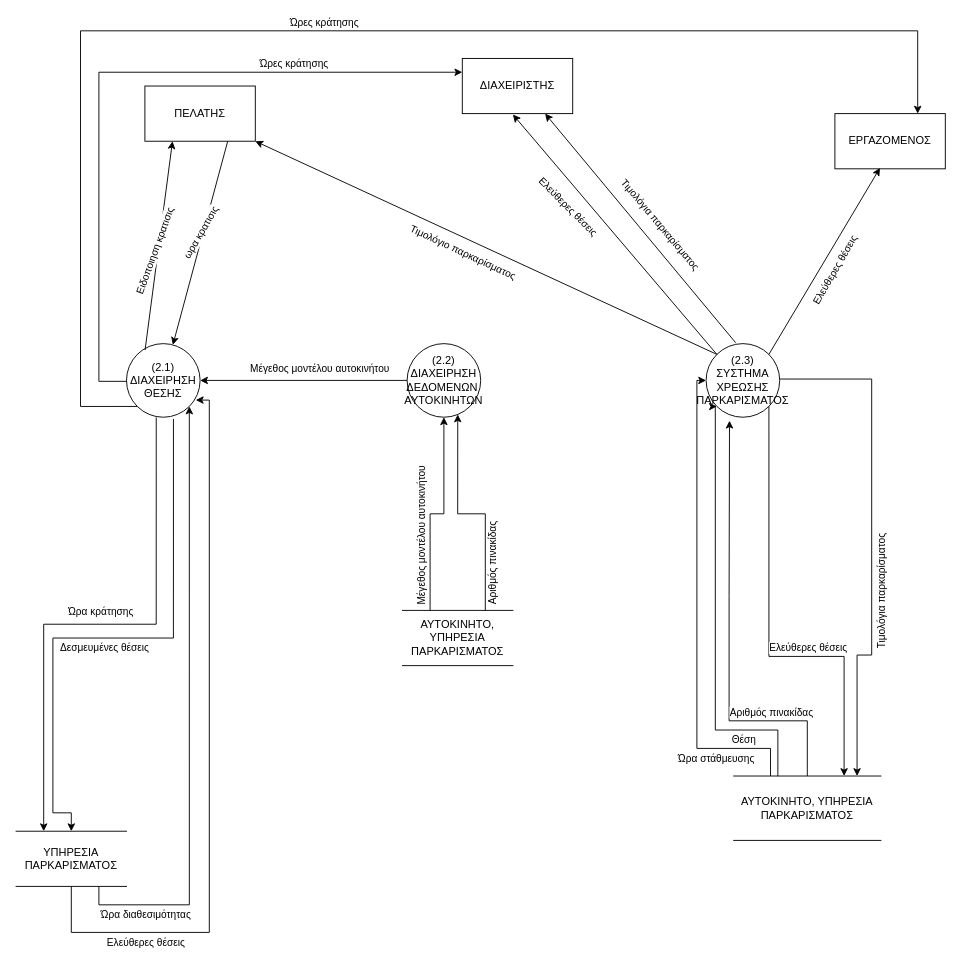
Before: page "page4-exp" (18 of 21) of SE1DIAGRAMS.drawio in Xaristrike/SE1DIAGRAMS2023, a draw.io diagram. Source tidied: cells renumbered, new cells numbered last; positions are measured from the earlier drawing's top-left corner, leaving out a move shared by most shapes. Both pictures are drawn from the tidied source at 92%, with x=0, y=0 at pixel (16, 30).
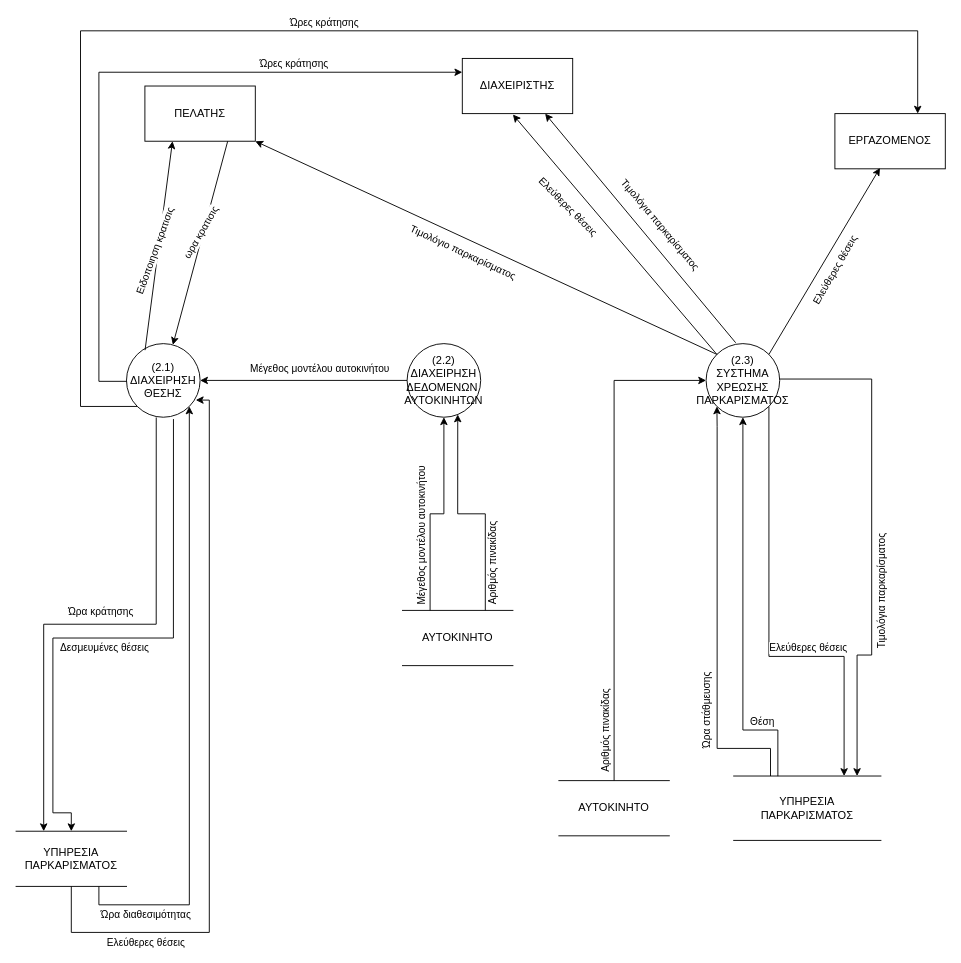
After the change.

Commit message:
Fixed page4-exp

The change refers to these unchanged cells:
```xml
<mxCell id="8" value="&lt;div&gt;(2.3)&lt;br&gt;&lt;/div&gt;&lt;div&gt;ΣΥΣΤΗΜΑ ΧΡΕΩΣΗΣ&lt;/div&gt;&lt;div&gt;ΠΑΡΚΑΡΙΣΜΑΤΟΣ&lt;br&gt;&lt;/div&gt;" style="ellipse;whiteSpace=wrap;html=1;" parent="1" vertex="1">
  <mxGeometry x="750" y="340" width="80" height="80" as="geometry" />
</mxCell>
```

Diff of the diagram source:
```diff
@@
-    <mxCell id="2" value="ΑΥΤΟΚΙΝΗΤΟ, ΥΠΗΡΕΣΙΑ ΠΑΡΚΑΡΙΣΜΑΤΟΣ" style="shape=partialRectangle;whiteSpace=wrap;html=1;top=1;bottom=1;fillColor=none;left=0;right=0;" parent="1" vertex="1">
+    <mxCell id="2" value="ΥΠΗΡΕΣΙΑ ΠΑΡΚΑΡΙΣΜΑΤΟΣ" style="shape=partialRectangle;whiteSpace=wrap;html=1;top=1;bottom=1;fillColor=none;left=0;right=0;" parent="1" vertex="1">
       <mxGeometry x="780" y="810" width="160" height="70" as="geometry" />
     </mxCell>
@@
-    <mxCell id="13" style="endArrow=classic;html=1;rounded=0;exitX=0.25;exitY=0;exitDx=0;exitDy=0;entryX=0;entryY=0.5;entryDx=0;entryDy=0;edgeStyle=orthogonalEdgeStyle;" parent="1" edge="1" source="2" target="8">
+    <mxCell id="13" style="endArrow=classic;html=1;rounded=0;exitX=0.25;exitY=0;exitDx=0;exitDy=0;entryX=0;entryY=1;entryDx=0;entryDy=0;edgeStyle=orthogonalEdgeStyle;" parent="1" edge="1" source="2" target="8">
       <mxGeometry relative="1" as="geometry">
         <Array as="points">
           <mxPoint x="820" y="780" />
-          <mxPoint x="740" y="780" />
-          <mxPoint x="740" y="380" />
+          <mxPoint x="762" y="780" />
+          <mxPoint x="762" y="430" />
+          <mxPoint x="762" y="430" />
         </Array>
       </mxGeometry>
     </mxCell>
-    <mxCell id="14" value="Ώρα στάθμευσης" style="edgeLabel;html=1;align=center;verticalAlign=middle;rotation=0;" parent="13" vertex="1">
+    <mxCell id="14" value="Ώρα στάθμευσης" style="edgeLabel;html=1;align=center;verticalAlign=middle;rotation=-90;" parent="13" vertex="1">
       <mxGeometry relative="1" as="geometry">
-        <mxPoint x="20" y="160" as="offset" />
+        <mxPoint x="-12" y="102" as="offset" />
       </mxGeometry>
     </mxCell>
@@
-    <mxCell id="41" style="endArrow=classic;html=1;rounded=0;exitX=0.3;exitY=0.002;exitDx=0;exitDy=0;entryX=0;entryY=1;entryDx=0;entryDy=0;exitPerimeter=0;edgeStyle=orthogonalEdgeStyle;" parent="1" edge="1" source="2" target="8">
+    <mxCell id="41" style="endArrow=classic;html=1;rounded=0;exitX=0.3;exitY=0.002;exitDx=0;exitDy=0;entryX=0.5;entryY=1;entryDx=0;entryDy=0;exitPerimeter=0;edgeStyle=orthogonalEdgeStyle;" parent="1" edge="1" source="2" target="8">
       <mxGeometry relative="1" as="geometry">
         <Array as="points">
           <mxPoint x="828" y="760" />
-          <mxPoint x="760" y="760" />
-          <mxPoint x="760" y="408" />
+          <mxPoint x="790" y="760" />
         </Array>
       </mxGeometry>
     </mxCell>
     <mxCell id="42" value="Θέση" style="edgeLabel;html=1;align=center;verticalAlign=middle;rotation=0;" parent="41" vertex="1">
       <mxGeometry relative="1" as="geometry">
-        <mxPoint x="30" y="128" as="offset" />
+        <mxPoint x="20" y="116" as="offset" />
       </mxGeometry>
     </mxCell>
-    <mxCell id="43" style="endArrow=classic;html=1;rounded=0;exitX=0.5;exitY=0;exitDx=0;exitDy=0;entryX=0.318;entryY=1.047;entryDx=0;entryDy=0;entryPerimeter=0;edgeStyle=orthogonalEdgeStyle;" parent="1" edge="1" source="2" target="8">
+    <mxCell id="43" style="endArrow=classic;html=1;rounded=0;exitX=0.5;exitY=0;exitDx=0;exitDy=0;entryX=0;entryY=0.5;entryDx=0;entryDy=0;edgeStyle=orthogonalEdgeStyle;" parent="1" edge="1" source="51" target="8">
       <mxGeometry relative="1" as="geometry">
         <Array as="points">
-          <mxPoint x="860" y="750" />
-          <mxPoint x="775" y="750" />
-          <mxPoint x="775" y="615" />
-          <mxPoint x="775" y="615" />
+          <mxPoint x="650" y="380" />
         </Array>
       </mxGeometry>
     </mxCell>
-    <mxCell id="44" value="Αριθμός πινακίδας" style="edgeLabel;html=1;align=center;verticalAlign=middle;rotation=0;" parent="43" vertex="1">
+    <mxCell id="44" value="Αριθμός πινακίδας" style="edgeLabel;html=1;align=center;verticalAlign=middle;rotation=-90;" parent="43" vertex="1">
       <mxGeometry relative="1" as="geometry">
-        <mxPoint x="45" y="81" as="offset" />
+        <mxPoint x="-10" y="215" as="offset" />
       </mxGeometry>
     </mxCell>
@@
-    <mxCell id="50" value="ΑΥΤΟΚΙΝΗΤΟ, ΥΠΗΡΕΣΙΑ ΠΑΡΚΑΡΙΣΜΑΤΟΣ" style="shape=partialRectangle;whiteSpace=wrap;html=1;left=0;right=0;fillColor=none;" parent="1" vertex="1">
+    <mxCell id="50" value="ΑΥΤΟΚΙΝΗΤΟ" style="shape=partialRectangle;whiteSpace=wrap;html=1;left=0;right=0;fillColor=none;" parent="1" vertex="1">
       <mxGeometry x="420" y="630" width="120" height="60" as="geometry" />
     </mxCell>
+    <mxCell id="51" value="ΑΥΤΟΚΙΝΗΤΟ " style="shape=partialRectangle;whiteSpace=wrap;html=1;left=0;right=0;fillColor=none;" parent="1" vertex="1">
+      <mxGeometry x="590" y="815" width="120" height="60" as="geometry" />
+    </mxCell>
```
